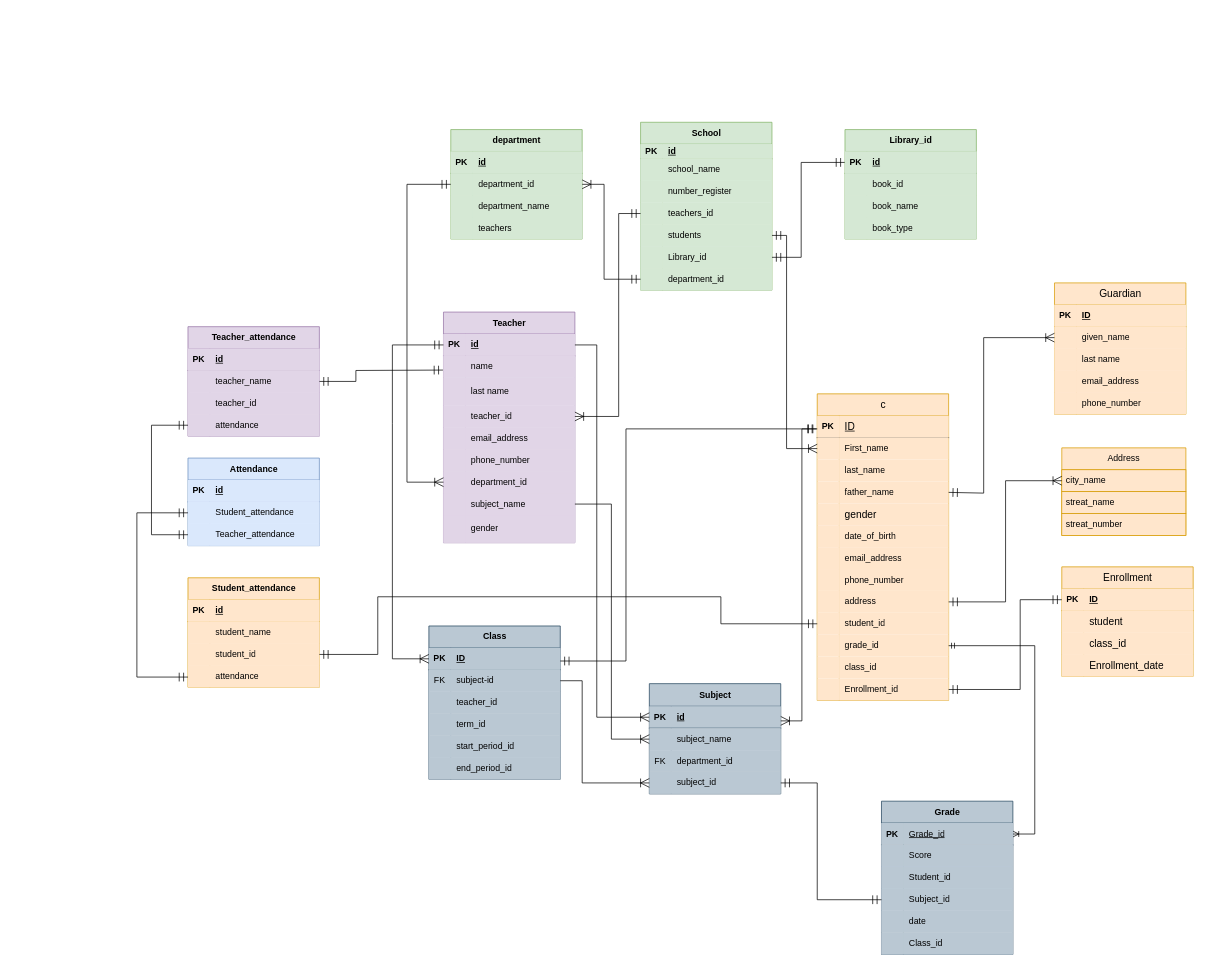
murtazaGharibyar1383/Database-for-school keeps this draw.io diagram as page "Page-1" (1 of 2) of ERD for School.drawio. Above is the earlier version. Source tidied: cells renumbered, new cells numbered last; positions are measured from the earlier drawing's top-left corner, leaving out a move shared by most shapes. Both pictures are drawn from the tidied source at 73%, with x=0, y=0 at pixel (137, 122).
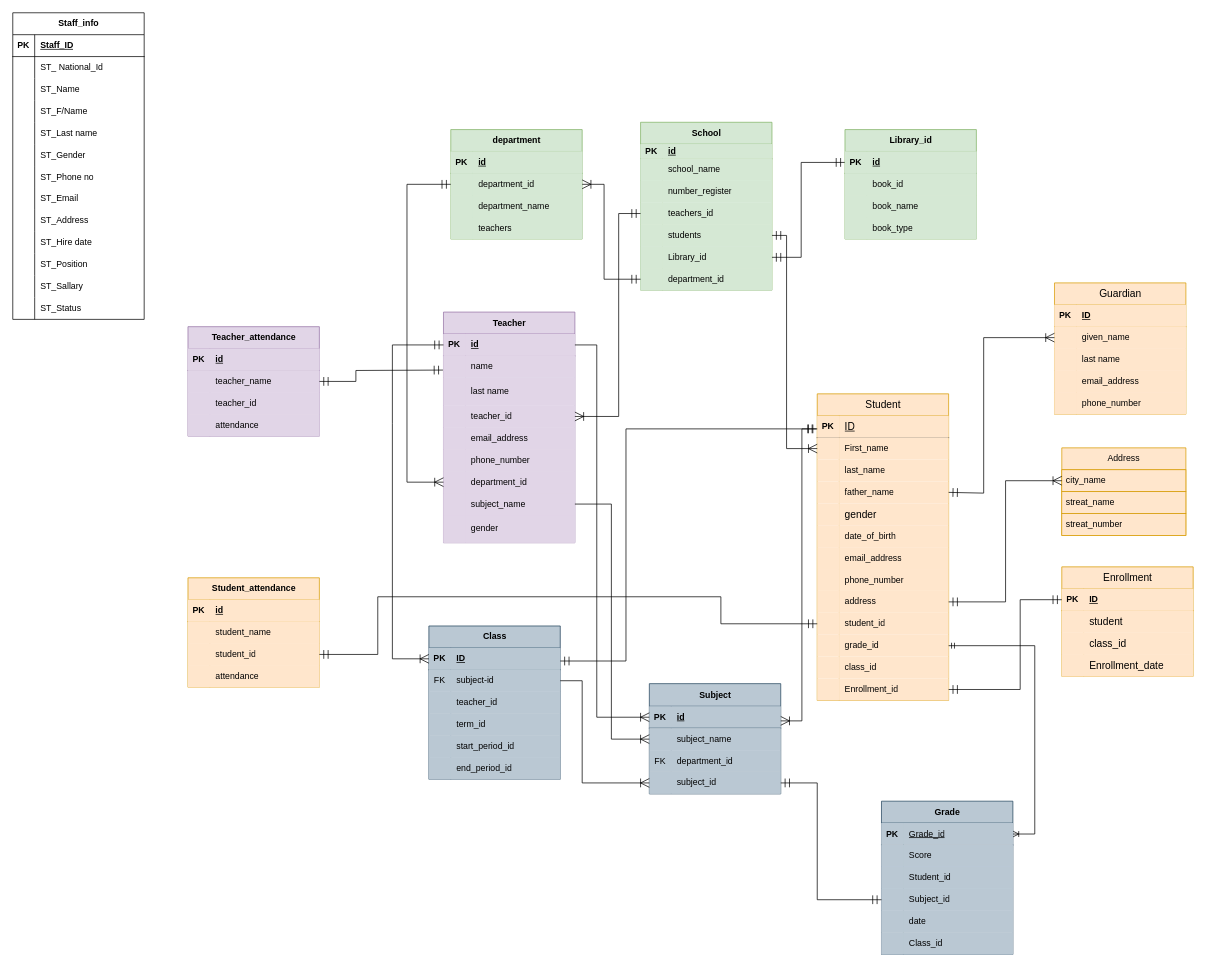
After the change.

The change refers to these unchanged cells:
```xml
<mxCell id="250" style="shape=tableRow;horizontal=0;startSize=0;swimlaneHead=0;swimlaneBody=0;fillColor=#e1d5e7;points=[[0,0.5],[1,0.5]];portConstraint=eastwest;top=0;left=0;right=0;bottom=0;strokeColor=#9673a6;" parent="240" vertex="1">
  <mxGeometry y="120" width="180" height="30" as="geometry" />
</mxCell>
```

The edit, as a diff of the source:
```diff
@@
-    <mxCell id="2" value="c" style="shape=table;startSize=30;childLayout=tableLayout;rowLines=0;fontStyle=0;align=center;html=1;fontSize=14;labelBackgroundColor=none;fillColor=#ffe6cc;strokeColor=#d79b00;" parent="1" vertex="1">
+    <mxCell id="2" value="Student" style="shape=table;startSize=30;childLayout=tableLayout;rowLines=0;fontStyle=0;align=center;html=1;fontSize=14;labelBackgroundColor=none;fillColor=#ffe6cc;strokeColor=#d79b00;" parent="1" vertex="1">
       <mxGeometry x="932" y="372" width="180" height="420" as="geometry" />
     </mxCell>
@@
-    <mxCell id="217" value="Attendance" style="shape=table;startSize=30;childLayout=tableLayout;rowLines=0;fontStyle=1;align=center;html=1;fillColor=#dae8fc;strokeColor=#6c8ebf;" parent="1" vertex="1">
-      <mxGeometry x="70" y="460" width="180" height="120" as="geometry" />
-    </mxCell>
-    <mxCell id="218" style="shape=tableRow;horizontal=0;startSize=0;swimlaneHead=0;swimlaneBody=0;fillColor=#dae8fc;top=0;left=0;right=0;bottom=1;strokeColor=#6c8ebf;" parent="217" vertex="1">
-      <mxGeometry y="30" width="180" height="30" as="geometry" />
-    </mxCell>
-    <mxCell id="219" value="PK" style="shape=partialRectangle;fillColor=#dae8fc;top=0;left=0;bottom=0;right=0;fontStyle=1;overflow=hidden;whiteSpace=wrap;html=1;strokeColor=#6c8ebf;" parent="218" vertex="1">
-      <mxGeometry width="30" height="30" as="geometry" />
-    </mxCell>
-    <mxCell id="220" value="id" style="shape=partialRectangle;fillColor=#dae8fc;top=0;left=0;bottom=0;right=0;align=left;spacingLeft=6;fontStyle=5;overflow=hidden;whiteSpace=wrap;html=1;strokeColor=#6c8ebf;" parent="218" vertex="1">
-      <mxGeometry x="30" width="150" height="30" as="geometry" />
-    </mxCell>
-    <mxCell id="221" style="shape=tableRow;horizontal=0;startSize=0;swimlaneHead=0;swimlaneBody=0;fillColor=#dae8fc;points=[[0,0.5],[1,0.5]];portConstraint=eastwest;top=0;left=0;right=0;bottom=0;strokeColor=#6c8ebf;" parent="217" vertex="1">
-      <mxGeometry y="60" width="180" height="30" as="geometry" />
-    </mxCell>
-    <mxCell id="222" style="shape=partialRectangle;fillColor=#dae8fc;top=0;left=0;bottom=0;right=0;overflow=hidden;whiteSpace=wrap;html=1;strokeColor=#6c8ebf;" parent="221" vertex="1">
-      <mxGeometry width="30" height="30" as="geometry" />
-    </mxCell>
-    <mxCell id="223" value="Student_attendance" style="shape=partialRectangle;fillColor=#dae8fc;top=0;left=0;bottom=0;right=0;align=left;spacingLeft=6;overflow=hidden;whiteSpace=wrap;html=1;strokeColor=#6c8ebf;" parent="221" vertex="1">
-      <mxGeometry x="30" width="150" height="30" as="geometry" />
-    </mxCell>
-    <mxCell id="224" style="shape=tableRow;horizontal=0;startSize=0;swimlaneHead=0;swimlaneBody=0;fillColor=#dae8fc;points=[[0,0.5],[1,0.5]];portConstraint=eastwest;top=0;left=0;right=0;bottom=0;strokeColor=#6c8ebf;" parent="217" vertex="1">
-      <mxGeometry y="90" width="180" height="30" as="geometry" />
-    </mxCell>
-    <mxCell id="225" style="shape=partialRectangle;fillColor=#dae8fc;top=0;left=0;bottom=0;right=0;overflow=hidden;whiteSpace=wrap;html=1;strokeColor=#6c8ebf;" parent="224" vertex="1">
-      <mxGeometry width="30" height="30" as="geometry" />
-    </mxCell>
-    <mxCell id="226" value="Teacher_attendance" style="shape=partialRectangle;fillColor=#dae8fc;top=0;left=0;bottom=0;right=0;align=left;spacingLeft=6;overflow=hidden;whiteSpace=wrap;html=1;strokeColor=#6c8ebf;" parent="224" vertex="1">
-      <mxGeometry x="30" width="150" height="30" as="geometry" />
-    </mxCell>
@@
-    <mxCell id="253" style="fontSize=12;html=1;endArrow=ERmandOne;startArrow=ERmandOne;rounded=0;endSize=10;startSize=10;entryX=0;entryY=0.5;entryDx=0;entryDy=0;" parent="1" edge="1" target="221">
-      <mxGeometry relative="1" as="geometry">
-        <mxPoint x="70" y="760" as="sourcePoint" />
-        <Array as="points">
-          <mxPoint y="760" />
-          <mxPoint y="535" />
-        </Array>
-      </mxGeometry>
-    </mxCell>
-    <mxCell id="254" style="fontSize=12;html=1;endArrow=ERmandOne;startArrow=ERmandOne;rounded=0;entryX=0;entryY=0.5;entryDx=0;entryDy=0;exitX=0;exitY=0.5;exitDx=0;exitDy=0;endSize=10;startSize=10;" parent="1" edge="1" source="224" target="250">
-      <mxGeometry relative="1" as="geometry">
-        <Array as="points">
-          <mxPoint x="20" y="565" />
-          <mxPoint x="20" y="415" />
-        </Array>
-      </mxGeometry>
-    </mxCell>
@@
+    <mxCell id="258" value="Staff_info" style="shape=table;startSize=30;childLayout=tableLayout;rowLines=0;fontStyle=1;align=center;html=1;" parent="1" vertex="1">
+      <mxGeometry x="-170" y="-150" width="180" height="420" as="geometry" />
+    </mxCell>
+    <mxCell id="259" style="shape=tableRow;horizontal=0;startSize=0;swimlaneHead=0;swimlaneBody=0;fillColor=none;top=0;left=0;right=0;bottom=1;" parent="258" vertex="1">
+      <mxGeometry y="30" width="180" height="30" as="geometry" />
+    </mxCell>
+    <mxCell id="219" value="PK" style="shape=partialRectangle;fillColor=none;top=0;left=0;bottom=0;right=0;fontStyle=1;overflow=hidden;whiteSpace=wrap;html=1;" parent="259" vertex="1">
+      <mxGeometry width="30" height="30" as="geometry" />
+    </mxCell>
+    <mxCell id="260" value="Staff_ID" style="shape=partialRectangle;fillColor=none;top=0;left=0;bottom=0;right=0;align=left;spacingLeft=6;fontStyle=5;overflow=hidden;whiteSpace=wrap;html=1;" parent="259" vertex="1">
+      <mxGeometry x="30" width="150" height="30" as="geometry" />
+    </mxCell>
+    <mxCell id="261" style="shape=tableRow;horizontal=0;startSize=0;swimlaneHead=0;swimlaneBody=0;fillColor=none;top=0;left=0;right=0;bottom=0;" parent="258" vertex="1">
+      <mxGeometry y="60" width="180" height="30" as="geometry" />
+    </mxCell>
+    <mxCell id="262" style="shape=partialRectangle;fillColor=none;top=0;left=0;bottom=0;right=0;overflow=hidden;whiteSpace=wrap;html=1;" parent="261" vertex="1">
+      <mxGeometry width="30" height="30" as="geometry" />
+    </mxCell>
+    <mxCell id="263" value="ST_ National_Id" style="shape=partialRectangle;fillColor=none;top=0;left=0;bottom=0;right=0;align=left;spacingLeft=6;overflow=hidden;whiteSpace=wrap;html=1;" parent="261" vertex="1">
+      <mxGeometry x="30" width="150" height="30" as="geometry" />
+    </mxCell>
+    <mxCell id="264" style="shape=tableRow;horizontal=0;startSize=0;swimlaneHead=0;swimlaneBody=0;fillColor=none;top=0;left=0;right=0;bottom=0;" parent="258" vertex="1">
+      <mxGeometry y="90" width="180" height="30" as="geometry" />
+    </mxCell>
+    <mxCell id="265" style="shape=partialRectangle;fillColor=none;top=0;left=0;bottom=0;right=0;overflow=hidden;whiteSpace=wrap;html=1;" parent="264" vertex="1">
+      <mxGeometry width="30" height="30" as="geometry" />
+    </mxCell>
+    <mxCell id="266" value="ST_Name" style="shape=partialRectangle;fillColor=none;top=0;left=0;bottom=0;right=0;align=left;spacingLeft=6;overflow=hidden;whiteSpace=wrap;html=1;" parent="264" vertex="1">
+      <mxGeometry x="30" width="150" height="30" as="geometry" />
+    </mxCell>
+    <mxCell id="267" style="shape=tableRow;horizontal=0;startSize=0;swimlaneHead=0;swimlaneBody=0;fillColor=none;top=0;left=0;right=0;bottom=0;" parent="258" vertex="1">
+      <mxGeometry y="120" width="180" height="30" as="geometry" />
+    </mxCell>
+    <mxCell id="268" style="shape=partialRectangle;fillColor=none;top=0;left=0;bottom=0;right=0;overflow=hidden;whiteSpace=wrap;html=1;" parent="267" vertex="1">
+      <mxGeometry width="30" height="30" as="geometry" />
+    </mxCell>
+    <mxCell id="269" value="ST_F/Name" style="shape=partialRectangle;fillColor=none;top=0;left=0;bottom=0;right=0;align=left;spacingLeft=6;overflow=hidden;whiteSpace=wrap;html=1;" parent="267" vertex="1">
+      <mxGeometry x="30" width="150" height="30" as="geometry" />
+    </mxCell>
+    <mxCell id="270" style="shape=tableRow;horizontal=0;startSize=0;swimlaneHead=0;swimlaneBody=0;fillColor=none;top=0;left=0;right=0;bottom=0;" parent="258" vertex="1">
+      <mxGeometry y="150" width="180" height="30" as="geometry" />
+    </mxCell>
+    <mxCell id="271" style="shape=partialRectangle;fillColor=none;top=0;left=0;bottom=0;right=0;overflow=hidden;whiteSpace=wrap;html=1;" parent="270" vertex="1">
+      <mxGeometry width="30" height="30" as="geometry" />
+    </mxCell>
+    <mxCell id="272" value="ST_Last name" style="shape=partialRectangle;fillColor=none;top=0;left=0;bottom=0;right=0;align=left;spacingLeft=6;overflow=hidden;whiteSpace=wrap;html=1;" parent="270" vertex="1">
+      <mxGeometry x="30" width="150" height="30" as="geometry" />
+    </mxCell>
+    <mxCell id="273" style="shape=tableRow;horizontal=0;startSize=0;swimlaneHead=0;swimlaneBody=0;fillColor=none;top=0;left=0;right=0;bottom=0;" parent="258" vertex="1">
+      <mxGeometry y="180" width="180" height="30" as="geometry" />
+    </mxCell>
+    <mxCell id="274" style="shape=partialRectangle;fillColor=none;top=0;left=0;bottom=0;right=0;overflow=hidden;whiteSpace=wrap;html=1;" parent="273" vertex="1">
+      <mxGeometry width="30" height="30" as="geometry" />
+    </mxCell>
+    <mxCell id="275" value="ST_Gender" style="shape=partialRectangle;fillColor=none;top=0;left=0;bottom=0;right=0;align=left;spacingLeft=6;overflow=hidden;whiteSpace=wrap;html=1;" parent="273" vertex="1">
+      <mxGeometry x="30" width="150" height="30" as="geometry" />
+    </mxCell>
+    <mxCell id="276" style="shape=tableRow;horizontal=0;startSize=0;swimlaneHead=0;swimlaneBody=0;fillColor=none;top=0;left=0;right=0;bottom=0;" parent="258" vertex="1">
+      <mxGeometry y="210" width="180" height="30" as="geometry" />
+    </mxCell>
+    <mxCell id="277" style="shape=partialRectangle;fillColor=none;top=0;left=0;bottom=0;right=0;overflow=hidden;whiteSpace=wrap;html=1;" parent="276" vertex="1">
+      <mxGeometry width="30" height="30" as="geometry" />
+    </mxCell>
+    <mxCell id="278" value="ST_Phone no" style="shape=partialRectangle;fillColor=none;top=0;left=0;bottom=0;right=0;align=left;spacingLeft=6;overflow=hidden;whiteSpace=wrap;html=1;" parent="276" vertex="1">
+      <mxGeometry x="30" width="150" height="30" as="geometry" />
+    </mxCell>
+    <mxCell id="279" style="shape=tableRow;horizontal=0;startSize=0;swimlaneHead=0;swimlaneBody=0;fillColor=none;top=0;left=0;right=0;bottom=0;" parent="258" vertex="1">
+      <mxGeometry y="240" width="180" height="30" as="geometry" />
+    </mxCell>
+    <mxCell id="280" style="shape=partialRectangle;fillColor=none;top=0;left=0;bottom=0;right=0;overflow=hidden;whiteSpace=wrap;html=1;" parent="279" vertex="1">
+      <mxGeometry width="30" height="30" as="geometry" />
+    </mxCell>
+    <mxCell id="281" value="ST_Email" style="shape=partialRectangle;fillColor=none;top=0;left=0;bottom=0;right=0;align=left;spacingLeft=6;overflow=hidden;whiteSpace=wrap;html=1;" parent="279" vertex="1">
+      <mxGeometry x="30" width="150" height="30" as="geometry" />
+    </mxCell>
+    <mxCell id="282" style="shape=tableRow;horizontal=0;startSize=0;swimlaneHead=0;swimlaneBody=0;fillColor=none;top=0;left=0;right=0;bottom=0;" parent="258" vertex="1">
+      <mxGeometry y="270" width="180" height="30" as="geometry" />
+    </mxCell>
+    <mxCell id="283" style="shape=partialRectangle;fillColor=none;top=0;left=0;bottom=0;right=0;overflow=hidden;whiteSpace=wrap;html=1;" parent="282" vertex="1">
+      <mxGeometry width="30" height="30" as="geometry" />
+    </mxCell>
+    <mxCell id="284" value="ST_Address" style="shape=partialRectangle;fillColor=none;top=0;left=0;bottom=0;right=0;align=left;spacingLeft=6;overflow=hidden;whiteSpace=wrap;html=1;" parent="282" vertex="1">
+      <mxGeometry x="30" width="150" height="30" as="geometry" />
+    </mxCell>
+    <mxCell id="285" style="shape=tableRow;horizontal=0;startSize=0;swimlaneHead=0;swimlaneBody=0;fillColor=none;top=0;left=0;right=0;bottom=0;" parent="258" vertex="1">
+      <mxGeometry y="300" width="180" height="30" as="geometry" />
+    </mxCell>
+    <mxCell id="286" style="shape=partialRectangle;fillColor=none;top=0;left=0;bottom=0;right=0;overflow=hidden;whiteSpace=wrap;html=1;" parent="285" vertex="1">
+      <mxGeometry width="30" height="30" as="geometry" />
+    </mxCell>
+    <mxCell id="287" value="ST_Hire date" style="shape=partialRectangle;fillColor=none;top=0;left=0;bottom=0;right=0;align=left;spacingLeft=6;overflow=hidden;whiteSpace=wrap;html=1;" parent="285" vertex="1">
+      <mxGeometry x="30" width="150" height="30" as="geometry" />
+    </mxCell>
+    <mxCell id="288" style="shape=tableRow;horizontal=0;startSize=0;swimlaneHead=0;swimlaneBody=0;fillColor=none;top=0;left=0;right=0;bottom=0;" parent="258" vertex="1">
+      <mxGeometry y="330" width="180" height="30" as="geometry" />
+    </mxCell>
+    <mxCell id="289" style="shape=partialRectangle;fillColor=none;top=0;left=0;bottom=0;right=0;overflow=hidden;whiteSpace=wrap;html=1;" parent="288" vertex="1">
+      <mxGeometry width="30" height="30" as="geometry" />
+    </mxCell>
+    <mxCell id="290" value="ST_Position" style="shape=partialRectangle;fillColor=none;top=0;left=0;bottom=0;right=0;align=left;spacingLeft=6;overflow=hidden;whiteSpace=wrap;html=1;" parent="288" vertex="1">
+      <mxGeometry x="30" width="150" height="30" as="geometry" />
+    </mxCell>
+    <mxCell id="291" style="shape=tableRow;horizontal=0;startSize=0;swimlaneHead=0;swimlaneBody=0;fillColor=none;top=0;left=0;right=0;bottom=0;" parent="258" vertex="1">
+      <mxGeometry y="360" width="180" height="30" as="geometry" />
+    </mxCell>
+    <mxCell id="292" style="shape=partialRectangle;fillColor=none;top=0;left=0;bottom=0;right=0;overflow=hidden;whiteSpace=wrap;html=1;" parent="291" vertex="1">
+      <mxGeometry width="30" height="30" as="geometry" />
+    </mxCell>
+    <mxCell id="293" value="ST_Sallary" style="shape=partialRectangle;fillColor=none;top=0;left=0;bottom=0;right=0;align=left;spacingLeft=6;overflow=hidden;whiteSpace=wrap;html=1;" parent="291" vertex="1">
+      <mxGeometry x="30" width="150" height="30" as="geometry" />
+    </mxCell>
+    <mxCell id="294" style="shape=tableRow;horizontal=0;startSize=0;swimlaneHead=0;swimlaneBody=0;fillColor=none;top=0;left=0;right=0;bottom=0;" parent="258" vertex="1">
+      <mxGeometry y="390" width="180" height="30" as="geometry" />
+    </mxCell>
+    <mxCell id="295" style="shape=partialRectangle;fillColor=none;top=0;left=0;bottom=0;right=0;overflow=hidden;whiteSpace=wrap;html=1;" parent="294" vertex="1">
+      <mxGeometry width="30" height="30" as="geometry" />
+    </mxCell>
+    <mxCell id="296" value="ST_Status" style="shape=partialRectangle;fillColor=none;top=0;left=0;bottom=0;right=0;align=left;spacingLeft=6;overflow=hidden;whiteSpace=wrap;html=1;" parent="294" vertex="1">
+      <mxGeometry x="30" width="150" height="30" as="geometry" />
+    </mxCell>
```
